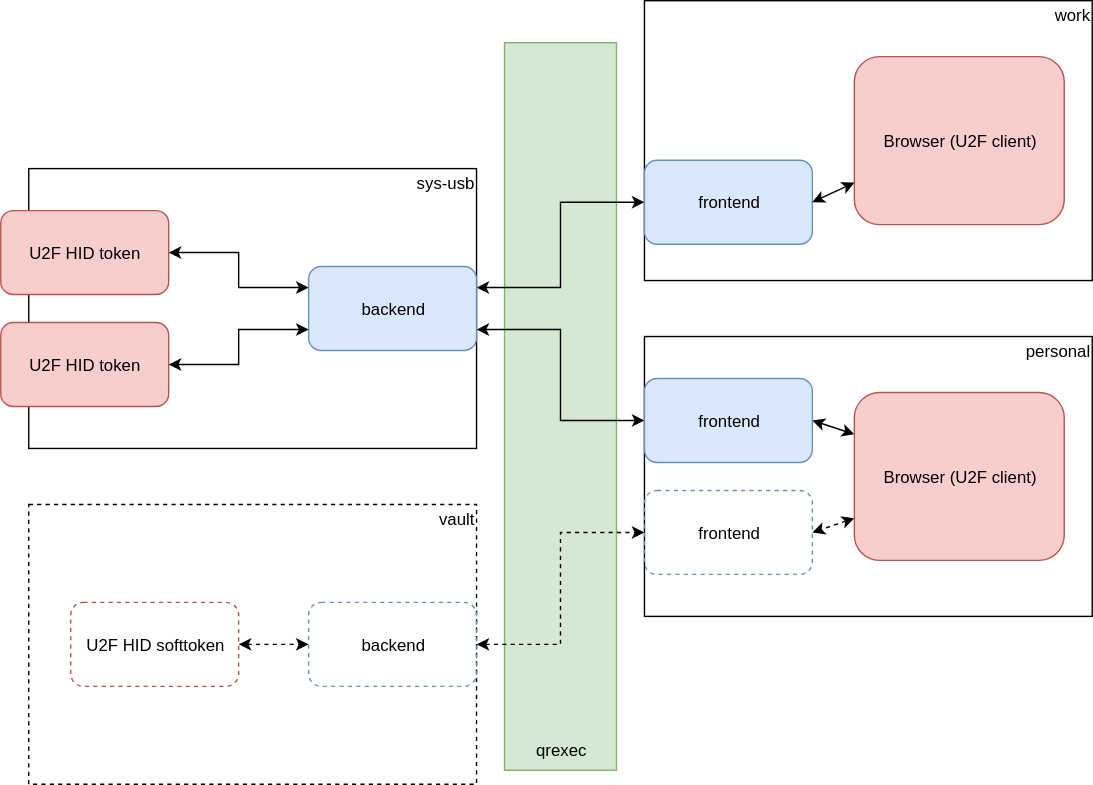
Above: Documentation/architecture.svg in QubesOS/qubes-app-u2f (draw.io), before the change. Source tidied: cells renumbered, new cells last; positions are measured from the earlier drawing's top-left corner, leaving out a move shared by most shapes.
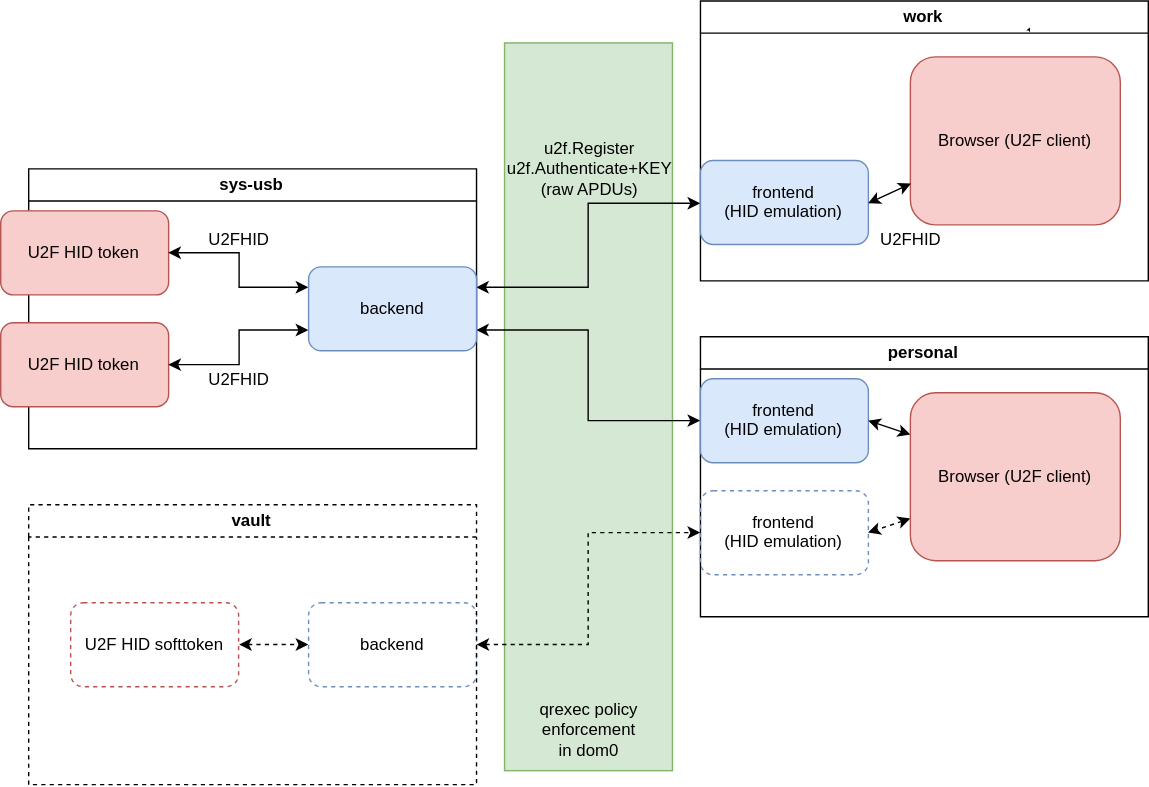
Above is the later version.

Commit message:
README: diagram and requirements

The edit, as a diff of the source:
```diff
@@ -2,11 +2,26 @@
   <root>
     <mxCell id="0" />
     <mxCell id="1" parent="0" />
-    <mxCell id="2" style="rounded=0;whiteSpace=wrap;html=1;dashed=1;" parent="1" vertex="1">
-      <mxGeometry x="20" y="360" width="320" height="200" as="geometry" />
-    </mxCell>
+    <mxCell id="38" style="group;" parent="1" vertex="1">
+      <mxGeometry x="500" width="320" height="200" as="geometry" />
+    </mxCell>
+    <mxCell id="20" value="work" style="swimlane;strokeColor=#000000;fillColor=none;" parent="38" vertex="1">
+      <mxGeometry width="320" height="200" as="geometry" />
+    </mxCell>
+    <mxCell id="39" value="U2FHID " style="text;html=1;strokeColor=none;fillColor=none;align=center;verticalAlign=middle;whiteSpace=wrap;rounded=0;" parent="20" vertex="1">
+      <mxGeometry x="130" y="160" width="40" height="20" as="geometry" />
+    </mxCell>
+    <mxCell id="22" value="frontend&lt;br&gt;(HID emulation)" style="rounded=1;whiteSpace=wrap;html=1;strokeColor=#6c8ebf;fillColor=#dae8fc;" parent="38" vertex="1">
+      <mxGeometry y="114" width="120" height="60" as="geometry" />
+    </mxCell>
+    <mxCell id="23" value="Browser (U2F client)" style="rounded=1;whiteSpace=wrap;html=1;strokeColor=#b85450;fillColor=#f8cecc;align=center;" parent="38" vertex="1">
+      <mxGeometry x="150" y="40" width="150" height="120" as="geometry" />
+    </mxCell>
+    <mxCell id="24" style="rounded=0;html=1;entryX=1;entryY=0.5;startArrow=classic;startFill=1;jettySize=auto;strokeWidth=1;exitX=0;exitY=0.75;strokeColor=#000000;fillColor=#ffffff;" parent="38" edge="1" source="23" target="22">
+      <mxGeometry relative="1" as="geometry" />
+    </mxCell>
     <mxCell id="3" style="rounded=0;whiteSpace=wrap;html=1;strokeColor=#82b366;align=right;fillColor=#d5e8d4;" parent="1" vertex="1">
-      <mxGeometry x="360" y="30" width="80" height="520" as="geometry" />
+      <mxGeometry x="360" y="30" width="120" height="520" as="geometry" />
     </mxCell>
     <mxCell id="4" style="edgeStyle=orthogonalEdgeStyle;rounded=0;html=1;entryX=0;entryY=0.5;jettySize=auto;strokeWidth=1;startArrow=classic;startFill=1;exitX=1;exitY=0.75;" parent="1" edge="1" source="31" target="12">
       <mxGeometry relative="1" as="geometry" />
@@ -17,112 +32,94 @@
     <mxCell id="6" style="edgeStyle=orthogonalEdgeStyle;rounded=0;html=1;entryX=1;entryY=0.25;startArrow=classic;startFill=1;jettySize=auto;strokeColor=#000000;strokeWidth=1;exitX=0;exitY=0.5;fillColor=#ffffff;" parent="1" edge="1" source="22" target="31">
       <mxGeometry relative="1" as="geometry" />
     </mxCell>
-    <mxCell id="7" value="qrexec" style="text;html=1;strokeColor=none;fillColor=none;align=center;verticalAlign=middle;whiteSpace=wrap;" parent="1" vertex="1">
-      <mxGeometry x="360" y="520" width="80" height="30" as="geometry" />
+    <mxCell id="7" value="qrexec policy&lt;br&gt;enforcement&lt;br&gt;in dom0" style="text;html=1;strokeColor=none;fillColor=none;align=center;verticalAlign=middle;whiteSpace=wrap;" parent="1" vertex="1">
+      <mxGeometry x="360" y="490" width="120" height="60" as="geometry" />
     </mxCell>
-    <mxCell id="8" style="group;" parent="1" vertex="1">
-      <mxGeometry x="460" y="240" width="320" height="200" as="geometry" />
-    </mxCell>
-    <mxCell id="9" style="group;" parent="8" vertex="1">
-      <mxGeometry width="320" height="200" as="geometry" />
-    </mxCell>
-    <mxCell id="10" style="rounded=0;whiteSpace=wrap;html=1;" parent="9" vertex="1">
-      <mxGeometry width="320" height="200" as="geometry" />
-    </mxCell>
+    <mxCell id="25" style="group;" parent="1" vertex="1">
+      <mxGeometry y="120" width="340" height="200" as="geometry" />
+    </mxCell>
+    <mxCell id="28" value="sys-usb" style="swimlane;strokeColor=#000000;fillColor=none;" parent="25" vertex="1">
+      <mxGeometry x="20" width="320" height="200" as="geometry" />
+    </mxCell>
+    <mxCell id="40" value="U2FHID " style="text;html=1;strokeColor=none;fillColor=none;align=center;verticalAlign=middle;whiteSpace=wrap;rounded=0;" parent="28" vertex="1">
+      <mxGeometry x="130" y="40" width="40" height="20" as="geometry" />
+    </mxCell>
+    <mxCell id="41" value="U2FHID " style="text;html=1;strokeColor=none;fillColor=none;align=center;verticalAlign=middle;whiteSpace=wrap;rounded=0;" parent="28" vertex="1">
+      <mxGeometry x="130" y="140" width="40" height="20" as="geometry" />
+    </mxCell>
+    <mxCell id="29" value="U2F HID token" style="rounded=1;whiteSpace=wrap;html=1;fillColor=#f8cecc;strokeColor=#b85450;" parent="25" vertex="1">
+      <mxGeometry y="30" width="120" height="60" as="geometry" />
+    </mxCell>
+    <mxCell id="30" style="edgeStyle=orthogonalEdgeStyle;rounded=0;html=1;entryX=1;entryY=0.5;startArrow=classic;startFill=1;jettySize=auto;strokeWidth=1;exitX=0;exitY=0.25;" parent="25" edge="1" source="31" target="29">
+      <mxGeometry relative="1" as="geometry">
+        <Array as="points">
+          <mxPoint x="170" y="85" />
+          <mxPoint x="170" y="60" />
+        </Array>
+      </mxGeometry>
+    </mxCell>
+    <mxCell id="31" value="backend" style="rounded=1;whiteSpace=wrap;html=1;fillColor=#dae8fc;strokeColor=#6c8ebf;" parent="25" vertex="1">
+      <mxGeometry x="220" y="70" width="120" height="60" as="geometry" />
+    </mxCell>
+    <mxCell id="32" value="U2F HID token" style="rounded=1;whiteSpace=wrap;html=1;fillColor=#f8cecc;strokeColor=#b85450;" parent="25" vertex="1">
+      <mxGeometry y="110" width="120" height="60" as="geometry" />
+    </mxCell>
+    <mxCell id="33" style="edgeStyle=orthogonalEdgeStyle;rounded=0;html=1;entryX=1;entryY=0.5;startArrow=classic;startFill=1;jettySize=auto;strokeWidth=1;exitX=0;exitY=0.75;" parent="25" edge="1" source="31" target="32">
+      <mxGeometry relative="1" as="geometry">
+        <Array as="points">
+          <mxPoint x="170" y="115" />
+          <mxPoint x="170" y="140" />
+        </Array>
+      </mxGeometry>
+    </mxCell>
+    <mxCell id="21" style="edgeStyle=orthogonalEdgeStyle;rounded=0;html=1;exitX=0.5;exitY=1;entryX=0.5;entryY=1;jettySize=auto;orthogonalLoop=1;" parent="1" edge="1">
+      <mxGeometry relative="1" as="geometry">
+        <mxPoint x="735" y="20" as="sourcePoint" />
+        <mxPoint x="735" y="20" as="targetPoint" />
+      </mxGeometry>
+    </mxCell>
+    <mxCell id="42" style="group;" parent="1" vertex="1">
+      <mxGeometry x="500" y="240" width="320" height="200" as="geometry" />
+    </mxCell>
-    <mxCell id="11" value="personal" style="text;html=1;strokeColor=none;fillColor=none;align=right;verticalAlign=middle;whiteSpace=wrap;" parent="9" vertex="1">
-      <mxGeometry x="230" width="90" height="20" as="geometry" />
+    <mxCell id="11" value="personal" style="swimlane;strokeColor=#000000;fillColor=none;" parent="42" vertex="1">
+      <mxGeometry width="320" height="200" as="geometry" />
     </mxCell>
-    <mxCell id="12" value="frontend" style="rounded=1;whiteSpace=wrap;html=1;fillColor=#dae8fc;strokeColor=#6c8ebf;" parent="8" vertex="1">
+    <mxCell id="12" value="frontend&lt;br&gt;(HID emulation)" style="rounded=1;whiteSpace=wrap;html=1;fillColor=#dae8fc;strokeColor=#6c8ebf;" parent="42" vertex="1">
       <mxGeometry y="30" width="120" height="60" as="geometry" />
     </mxCell>
-    <mxCell id="13" style="rounded=0;html=1;entryX=1;entryY=0.5;startArrow=classic;startFill=1;jettySize=auto;strokeWidth=1;exitX=0;exitY=0.25;" parent="8" edge="1" target="12">
+    <mxCell id="13" style="rounded=0;html=1;entryX=1;entryY=0.5;startArrow=classic;startFill=1;jettySize=auto;strokeWidth=1;exitX=0;exitY=0.25;" parent="42" edge="1" target="12">
       <mxGeometry relative="1" as="geometry">
         <mxPoint x="150" y="69.9" as="sourcePoint" />
       </mxGeometry>
     </mxCell>
-    <mxCell id="14" style="rounded=0;html=1;entryX=1;entryY=0.5;startArrow=classic;startFill=1;jettySize=auto;strokeWidth=1;exitX=0;exitY=0.75;dashed=1;" parent="8" edge="1" target="15">
+    <mxCell id="14" style="rounded=0;html=1;entryX=1;entryY=0.5;startArrow=classic;startFill=1;jettySize=auto;strokeWidth=1;exitX=0;exitY=0.75;dashed=1;" parent="42" edge="1" target="15">
       <mxGeometry relative="1" as="geometry">
         <mxPoint x="150" y="129.9" as="sourcePoint" />
       </mxGeometry>
     </mxCell>
-    <mxCell id="15" value="frontend" style="rounded=1;whiteSpace=wrap;html=1;fillColor=none;strokeColor=#6c8ebf;dashed=1;" parent="8" vertex="1">
+    <mxCell id="15" value="frontend&lt;br&gt;(HID emulation)" style="rounded=1;whiteSpace=wrap;html=1;fillColor=none;strokeColor=#6c8ebf;dashed=1;" parent="42" vertex="1">
       <mxGeometry y="110" width="120" height="60" as="geometry" />
     </mxCell>
-    <mxCell id="16" value="Browser (U2F client)" style="rounded=1;whiteSpace=wrap;html=1;strokeColor=#b85450;fillColor=#f8cecc;align=center;" parent="8" vertex="1">
+    <mxCell id="16" value="Browser (U2F client)" style="rounded=1;whiteSpace=wrap;html=1;strokeColor=#b85450;fillColor=#f8cecc;align=center;" parent="42" vertex="1">
       <mxGeometry x="150" y="40" width="150" height="120" as="geometry" />
     </mxCell>
-    <mxCell id="17" style="group;" parent="1" vertex="1">
-      <mxGeometry x="460" width="320" height="200" as="geometry" />
-    </mxCell>
-    <mxCell id="18" style="group;" parent="17" vertex="1">
-      <mxGeometry width="320" height="200" as="geometry" />
-    </mxCell>
-    <mxCell id="19" style="rounded=0;whiteSpace=wrap;html=1;strokeColor=#000000;fillColor=#ffffff;" parent="18" vertex="1">
-      <mxGeometry width="320" height="200" as="geometry" />
-    </mxCell>
-    <mxCell id="20" value="work" style="text;html=1;strokeColor=none;fillColor=none;align=right;verticalAlign=middle;whiteSpace=wrap;" parent="18" vertex="1">
-      <mxGeometry x="230" width="90" height="20" as="geometry" />
-    </mxCell>
-    <mxCell id="21" style="edgeStyle=orthogonalEdgeStyle;rounded=0;html=1;exitX=0.5;exitY=1;entryX=0.5;entryY=1;jettySize=auto;orthogonalLoop=1;" parent="18" edge="1" source="20" target="20">
-      <mxGeometry relative="1" as="geometry" />
-    </mxCell>
-    <mxCell id="22" value="frontend" style="rounded=1;whiteSpace=wrap;html=1;strokeColor=#6c8ebf;fillColor=#dae8fc;" parent="18" vertex="1">
-      <mxGeometry y="114" width="120" height="60" as="geometry" />
-    </mxCell>
-    <mxCell id="23" value="Browser (U2F client)" style="rounded=1;whiteSpace=wrap;html=1;strokeColor=#b85450;fillColor=#f8cecc;align=center;" parent="18" vertex="1">
-      <mxGeometry x="150" y="40" width="150" height="120" as="geometry" />
-    </mxCell>
-    <mxCell id="24" style="rounded=0;html=1;entryX=1;entryY=0.5;startArrow=classic;startFill=1;jettySize=auto;strokeWidth=1;exitX=0;exitY=0.75;strokeColor=#000000;fillColor=#ffffff;" parent="18" edge="1" source="23" target="22">
-      <mxGeometry relative="1" as="geometry" />
-    </mxCell>
-    <mxCell id="25" style="group;" parent="1" vertex="1">
-      <mxGeometry y="120" width="340" height="200" as="geometry" />
-    </mxCell>
-    <mxCell id="26" style="group;" parent="25" vertex="1">
-      <mxGeometry x="20" width="320" height="200" as="geometry" />
-    </mxCell>
-    <mxCell id="27" style="rounded=0;whiteSpace=wrap;html=1;" parent="26" vertex="1">
-      <mxGeometry width="320" height="200" as="geometry" />
-    </mxCell>
-    <mxCell id="28" value="sys-usb" style="text;html=1;strokeColor=none;fillColor=none;align=right;verticalAlign=middle;whiteSpace=wrap;" parent="26" vertex="1">
-      <mxGeometry x="230" width="90" height="20" as="geometry" />
-    </mxCell>
-    <mxCell id="29" value="U2F HID token" style="rounded=1;whiteSpace=wrap;html=1;fillColor=#f8cecc;strokeColor=#b85450;" parent="25" vertex="1">
-      <mxGeometry y="30" width="120" height="60" as="geometry" />
-    </mxCell>
-    <mxCell id="30" style="edgeStyle=orthogonalEdgeStyle;rounded=0;html=1;entryX=1;entryY=0.5;startArrow=classic;startFill=1;jettySize=auto;strokeWidth=1;exitX=0;exitY=0.25;" parent="25" edge="1" source="31" target="29">
-      <mxGeometry relative="1" as="geometry">
-        <Array as="points">
-          <mxPoint x="170" y="85" />
-          <mxPoint x="170" y="60" />
-        </Array>
-      </mxGeometry>
-    </mxCell>
-    <mxCell id="31" value="backend" style="rounded=1;whiteSpace=wrap;html=1;fillColor=#dae8fc;strokeColor=#6c8ebf;" parent="25" vertex="1">
-      <mxGeometry x="220" y="70" width="120" height="60" as="geometry" />
-    </mxCell>
-    <mxCell id="32" value="U2F HID token" style="rounded=1;whiteSpace=wrap;html=1;fillColor=#f8cecc;strokeColor=#b85450;" parent="25" vertex="1">
-      <mxGeometry y="110" width="120" height="60" as="geometry" />
-    </mxCell>
-    <mxCell id="33" style="edgeStyle=orthogonalEdgeStyle;rounded=0;html=1;entryX=1;entryY=0.5;startArrow=classic;startFill=1;jettySize=auto;strokeWidth=1;exitX=0;exitY=0.75;" parent="25" edge="1" source="31" target="32">
-      <mxGeometry relative="1" as="geometry">
-        <Array as="points">
-          <mxPoint x="170" y="115" />
-          <mxPoint x="170" y="140" />
-        </Array>
-      </mxGeometry>
-    </mxCell>
+    <mxCell id="43" value="u2f.Register&lt;br&gt;u2f.Authenticate+KEY&lt;br&gt;(raw APDUs)" style="text;html=1;strokeColor=none;fillColor=none;align=center;verticalAlign=middle;whiteSpace=wrap;rounded=0;" parent="1" vertex="1">
+      <mxGeometry x="360" y="94" width="120" height="50" as="geometry" />
+    </mxCell>
+    <mxCell id="44" style="group;" parent="1" vertex="1">
+      <mxGeometry x="20" y="360" width="320" height="200" as="geometry" />
+    </mxCell>
-    <mxCell id="34" value="U2F HID softtoken" style="rounded=1;whiteSpace=wrap;html=1;fillColor=none;strokeColor=#b85450;dashed=1;" parent="1" vertex="1">
-      <mxGeometry x="50" y="430" width="120" height="60" as="geometry" />
+    <mxCell id="34" value="U2F HID softtoken" style="rounded=1;whiteSpace=wrap;html=1;fillColor=none;strokeColor=#b85450;dashed=1;" parent="44" vertex="1">
+      <mxGeometry x="30" y="70" width="120" height="60" as="geometry" />
     </mxCell>
-    <mxCell id="35" value="backend" style="rounded=1;whiteSpace=wrap;html=1;fillColor=none;strokeColor=#6c8ebf;dashed=1;" parent="1" vertex="1">
-      <mxGeometry x="220" y="430" width="120" height="60" as="geometry" />
+    <mxCell id="35" value="backend" style="rounded=1;whiteSpace=wrap;html=1;fillColor=none;strokeColor=#6c8ebf;dashed=1;" parent="44" vertex="1">
+      <mxGeometry x="200" y="70" width="120" height="60" as="geometry" />
     </mxCell>
-    <mxCell id="36" style="edgeStyle=none;rounded=0;html=1;entryX=0;entryY=0.5;startArrow=classic;startFill=1;jettySize=auto;strokeWidth=1;exitX=1;exitY=0.5;dashed=1;" parent="1" edge="1" source="34" target="35">
+    <mxCell id="36" style="edgeStyle=none;rounded=0;html=1;entryX=0;entryY=0.5;startArrow=classic;startFill=1;jettySize=auto;strokeWidth=1;exitX=1;exitY=0.5;dashed=1;" parent="44" edge="1" source="34" target="35">
       <mxGeometry relative="1" as="geometry" />
     </mxCell>
-    <mxCell id="37" value="vault" style="text;html=1;strokeColor=none;fillColor=none;align=right;verticalAlign=middle;whiteSpace=wrap;" parent="1" vertex="1">
-      <mxGeometry x="250" y="360" width="90" height="20" as="geometry" />
+    <mxCell id="37" value="vault" style="swimlane;strokeColor=#000000;fillColor=none;dashed=1;" parent="44" vertex="1">
+      <mxGeometry width="320" height="200" as="geometry" />
     </mxCell>
   </root>
 </mxGraphModel>
```
